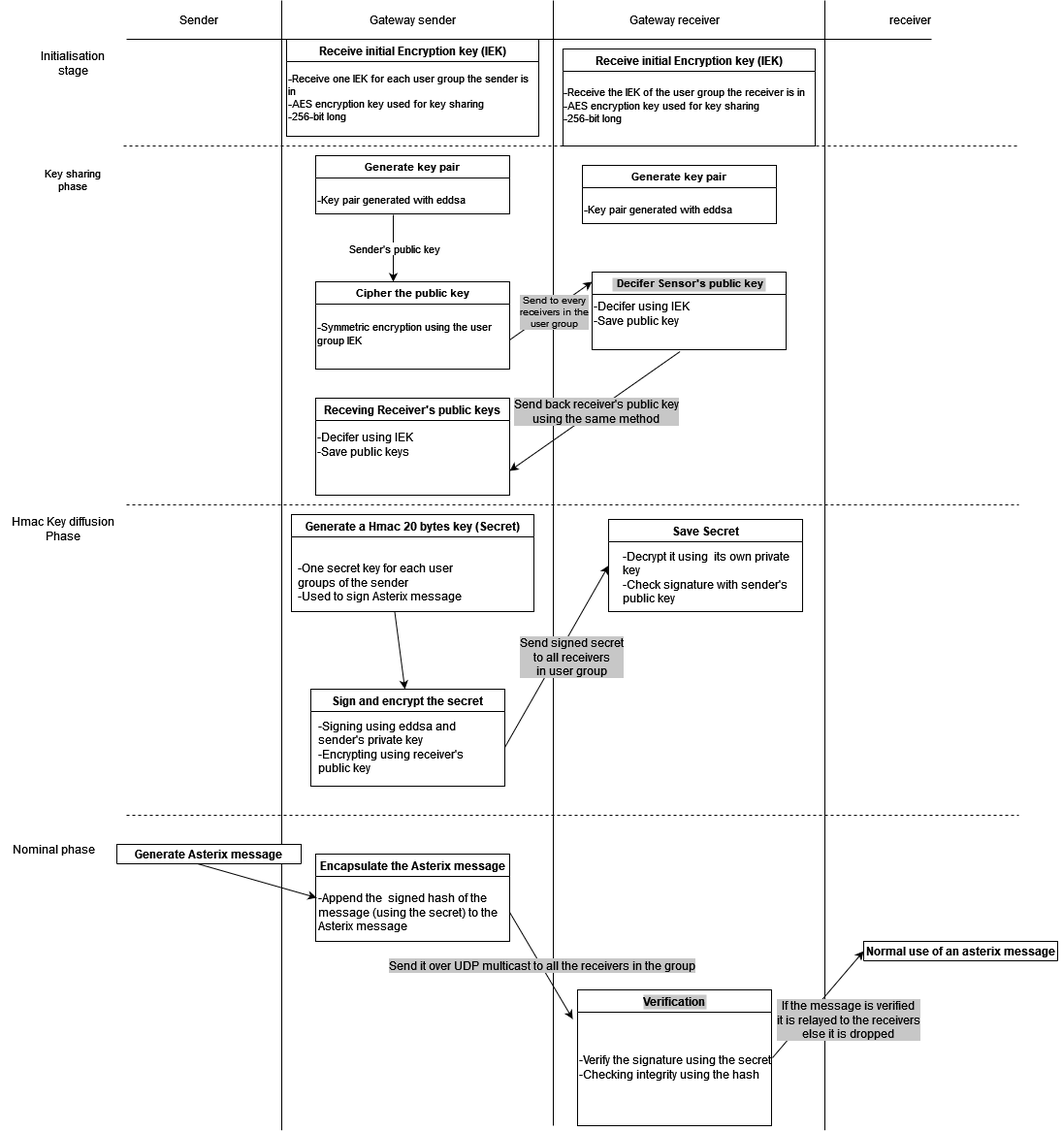
Earlier version of the draw.io export schema/AsterixPOCschema.png (KirrimK/ASTERIX_cat0_sec_layer). Source tidied: cells renumbered, new cells last; positions are measured from the earlier drawing's top-left corner, leaving out a move shared by most shapes.
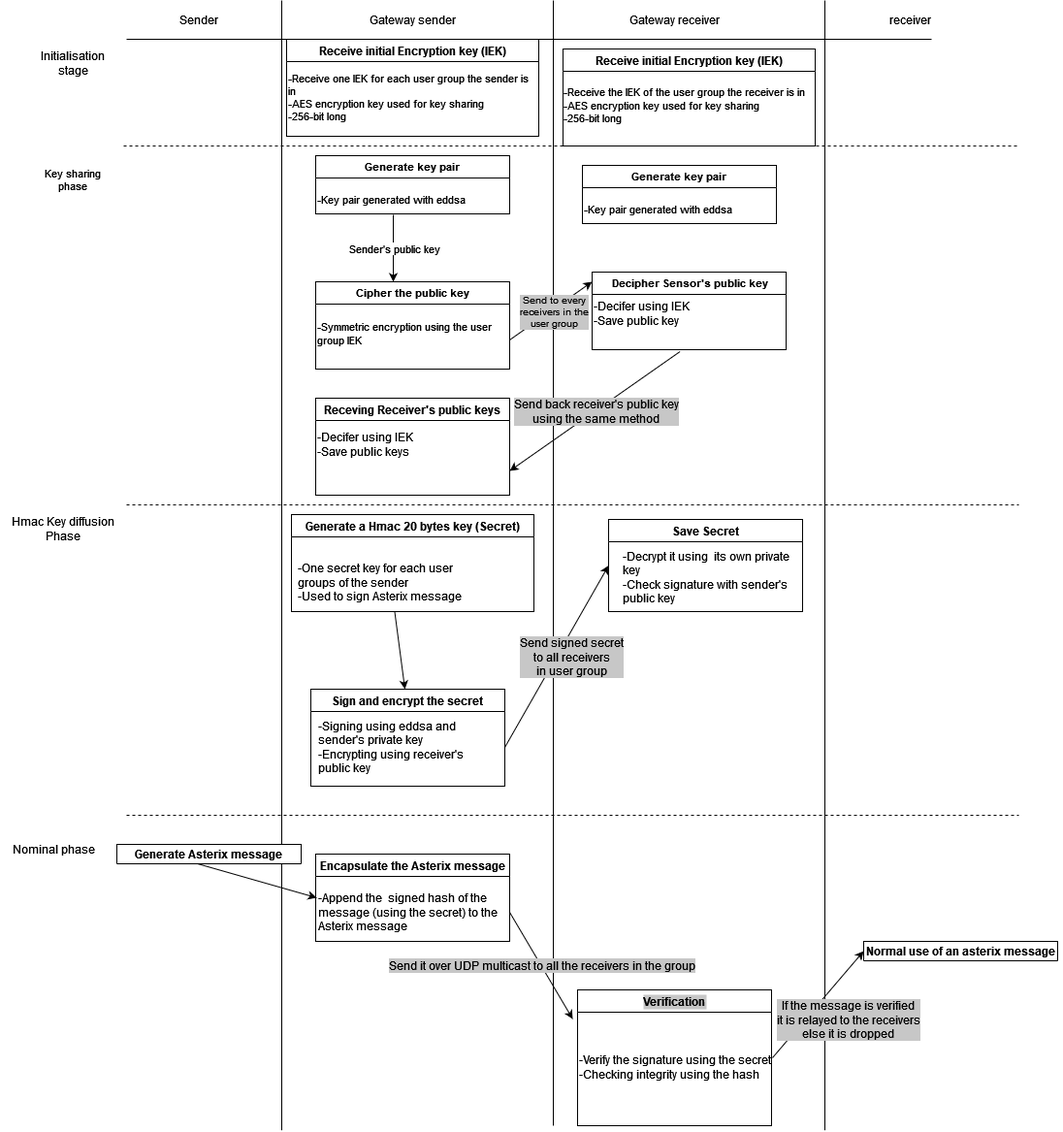
Later version of the same file.

The edit, as a diff of the source:
```diff
@@ -98,7 +98,7 @@
     <mxCell id="26" value="-Key pair generated with eddsa " style="text;html=1;strokeColor=none;fillColor=none;align=left;verticalAlign=middle;whiteSpace=wrap;rounded=0;fontSize=11;" parent="25" vertex="1">
       <mxGeometry y="30" width="200" height="30" as="geometry" />
     </mxCell>
-    <mxCell id="27" value=" Decifer Sensor's public key" style="swimlane;labelBackgroundColor=#C7C7C7;fontSize=11;align=center;" parent="1" vertex="1">
+    <mxCell id="27" value=" Decipher Sensor's public key" style="swimlane;labelBackgroundColor=#FFFFFF;fontSize=11;align=center;" parent="1" vertex="1">
       <mxGeometry x="610" y="280" width="200" height="80" as="geometry" />
     </mxCell>
     <mxCell id="28" value="&lt;div align=&quot;left&quot;&gt;-Decifer using IEK&lt;/div&gt;&lt;div align=&quot;left&quot;&gt;-Save public key&lt;br&gt;&lt;/div&gt;&amp;nbsp;" style="text;html=1;strokeColor=none;fillColor=none;align=left;verticalAlign=middle;whiteSpace=wrap;rounded=0;labelBackgroundColor=#FFFFFF;fontSize=12;" parent="1" vertex="1">
```
